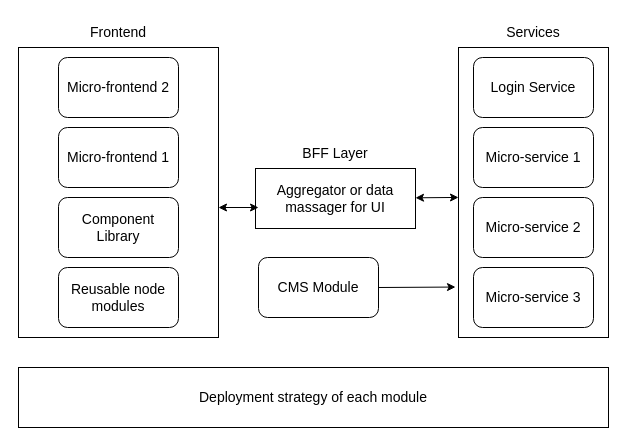
jagatjeevansahoo/jagatjeevansahoo keeps this draw.io diagram as page "tech-architecture" (1 of 2) of Untitled Diagram.drawio. Above is the earlier version. Source tidied: cells renumbered, new cells numbered last; positions are measured from the earlier drawing's top-left corner, leaving out a move shared by most shapes. Both pictures are drawn from the tidied source at 100%, with x=0, y=0 at pixel (18, 17).
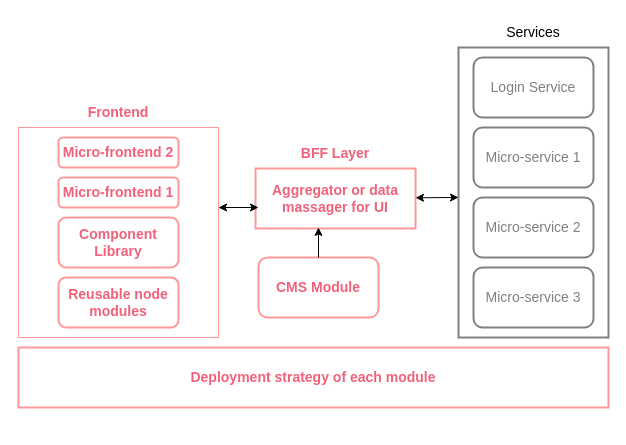
The same diagram, later.

The edit, as a diff of the source:
```diff
@@
-    <mxCell id="2" style="rounded=0;whiteSpace=wrap;html=1;" parent="1" vertex="1">
-      <mxGeometry y="30" width="200" height="290" as="geometry" />
+    <mxCell id="2" style="rounded=0;whiteSpace=wrap;html=1;strokeColor=#FF9999;" parent="1" vertex="1">
+      <mxGeometry y="110" width="200" height="210" as="geometry" />
     </mxCell>
-    <mxCell id="3" value="&lt;font style=&quot;font-size: 14px;&quot;&gt;Frontend&lt;/font&gt;" style="text;html=1;strokeColor=none;fillColor=none;align=center;verticalAlign=middle;whiteSpace=wrap;rounded=0;" parent="1" vertex="1">
-      <mxGeometry x="70" width="60" height="30" as="geometry" />
+    <mxCell id="3" value="&lt;font style=&quot;font-size: 14px;&quot;&gt;Frontend&lt;/font&gt;" style="text;html=1;strokeColor=none;fillColor=none;align=center;verticalAlign=middle;whiteSpace=wrap;rounded=0;fontColor=#F2617A;labelBorderColor=none;strokeWidth=2;fontStyle=1;" parent="1" vertex="1">
+      <mxGeometry x="70" y="80" width="60" height="30" as="geometry" />
     </mxCell>
-    <mxCell id="4" value="Reusable node modules" style="rounded=1;whiteSpace=wrap;html=1;fontSize=14;" parent="1" vertex="1">
-      <mxGeometry x="40" y="250" width="120" height="60" as="geometry" />
+    <mxCell id="4" value="Reusable node modules" style="rounded=1;whiteSpace=wrap;html=1;fontSize=14;strokeColor=#FF9999;fontColor=#F2617A;labelBorderColor=none;strokeWidth=2;fontStyle=1;" parent="1" vertex="1">
+      <mxGeometry x="40" y="260" width="120" height="50" as="geometry" />
     </mxCell>
-    <mxCell id="5" value="Component Library" style="rounded=1;whiteSpace=wrap;html=1;fontSize=14;" parent="1" vertex="1">
-      <mxGeometry x="40" y="180" width="120" height="60" as="geometry" />
+    <mxCell id="5" value="Component Library" style="rounded=1;whiteSpace=wrap;html=1;fontSize=14;strokeColor=#FF9999;fontColor=#F2617A;labelBorderColor=none;strokeWidth=2;fontStyle=1;" parent="1" vertex="1">
+      <mxGeometry x="40" y="200" width="120" height="50" as="geometry" />
     </mxCell>
-    <mxCell id="6" value="Micro-frontend 1" style="rounded=1;whiteSpace=wrap;html=1;fontSize=14;" parent="1" vertex="1">
-      <mxGeometry x="40" y="110" width="120" height="60" as="geometry" />
+    <mxCell id="6" value="Micro-frontend 1" style="rounded=1;whiteSpace=wrap;html=1;fontSize=14;strokeColor=#FF9999;fontColor=#F2617A;labelBorderColor=none;strokeWidth=2;fontStyle=1;" parent="1" vertex="1">
+      <mxGeometry x="40" y="160" width="120" height="30" as="geometry" />
     </mxCell>
-    <mxCell id="7" value="Micro-frontend 2" style="rounded=1;whiteSpace=wrap;html=1;fontSize=14;" parent="1" vertex="1">
-      <mxGeometry x="40" y="40" width="120" height="60" as="geometry" />
+    <mxCell id="7" value="Micro-frontend 2" style="rounded=1;whiteSpace=wrap;html=1;fontSize=14;strokeColor=#FF9999;fontColor=#F2617A;labelBorderColor=none;strokeWidth=2;fontStyle=1;" parent="1" vertex="1">
+      <mxGeometry x="40" y="120" width="120" height="30" as="geometry" />
     </mxCell>
-    <mxCell id="8" value="Aggregator or data massager for UI" style="rounded=0;whiteSpace=wrap;html=1;fontSize=14;" parent="1" vertex="1">
+    <mxCell id="8" value="Aggregator or data massager for UI" style="rounded=0;whiteSpace=wrap;html=1;fontSize=14;strokeColor=#FF9999;fontColor=#F2617A;labelBorderColor=none;strokeWidth=2;fontStyle=1;" parent="1" vertex="1">
       <mxGeometry x="237" y="151" width="160" height="60" as="geometry" />
     </mxCell>
-    <mxCell id="9" value="BFF Layer" style="text;html=1;strokeColor=none;fillColor=none;align=center;verticalAlign=middle;whiteSpace=wrap;rounded=0;fontSize=14;" parent="1" vertex="1">
+    <mxCell id="9" value="BFF Layer" style="text;html=1;strokeColor=none;fillColor=none;align=center;verticalAlign=middle;whiteSpace=wrap;rounded=0;fontSize=14;fontColor=#F2617A;labelBorderColor=none;strokeWidth=2;fontStyle=1;" parent="1" vertex="1">
       <mxGeometry x="277" y="121" width="80" height="30" as="geometry" />
     </mxCell>
-    <mxCell id="10" style="rounded=0;whiteSpace=wrap;html=1;fontSize=14;" parent="1" vertex="1">
+    <mxCell id="10" style="rounded=0;whiteSpace=wrap;html=1;fontSize=14;strokeColor=#808080;strokeWidth=2;fontColor=#808080;" parent="1" vertex="1">
       <mxGeometry x="440" y="30" width="150" height="290" as="geometry" />
     </mxCell>
@@
-    <mxCell id="12" value="Login Service" style="rounded=1;whiteSpace=wrap;html=1;fontSize=14;" parent="1" vertex="1">
+    <mxCell id="12" value="Login Service" style="rounded=1;whiteSpace=wrap;html=1;fontSize=14;strokeColor=#808080;strokeWidth=2;fontColor=#808080;" parent="1" vertex="1">
       <mxGeometry x="455" y="40" width="120" height="60" as="geometry" />
     </mxCell>
-    <mxCell id="13" value="Micro-service 1" style="rounded=1;whiteSpace=wrap;html=1;fontSize=14;" parent="1" vertex="1">
+    <mxCell id="13" value="Micro-service 1" style="rounded=1;whiteSpace=wrap;html=1;fontSize=14;strokeColor=#808080;strokeWidth=2;fontColor=#808080;" parent="1" vertex="1">
       <mxGeometry x="455" y="110" width="120" height="60" as="geometry" />
     </mxCell>
-    <mxCell id="14" value="Micro-service 2" style="rounded=1;whiteSpace=wrap;html=1;fontSize=14;" parent="1" vertex="1">
+    <mxCell id="14" value="Micro-service 2" style="rounded=1;whiteSpace=wrap;html=1;fontSize=14;strokeColor=#808080;strokeWidth=2;fontColor=#808080;" parent="1" vertex="1">
       <mxGeometry x="455" y="180" width="120" height="60" as="geometry" />
     </mxCell>
-    <mxCell id="15" value="Micro-service 3" style="rounded=1;whiteSpace=wrap;html=1;fontSize=14;" parent="1" vertex="1">
+    <mxCell id="15" value="Micro-service 3" style="rounded=1;whiteSpace=wrap;html=1;fontSize=14;strokeColor=#808080;strokeWidth=2;fontColor=#808080;" parent="1" vertex="1">
       <mxGeometry x="455" y="250" width="120" height="60" as="geometry" />
     </mxCell>
-    <mxCell id="16" value="CMS Module" style="rounded=1;whiteSpace=wrap;html=1;fontSize=14;" parent="1" vertex="1">
+    <mxCell id="16" value="CMS Module" style="rounded=1;whiteSpace=wrap;html=1;fontSize=14;strokeColor=#FF9999;fontColor=#F2617A;labelBorderColor=none;strokeWidth=2;fontStyle=1;" parent="1" vertex="1">
       <mxGeometry x="240" y="240" width="120" height="60" as="geometry" />
     </mxCell>
@@
-    <mxCell id="19" style="endArrow=classic;html=1;rounded=0;fontSize=14;exitX=1;exitY=0.5;exitDx=0;exitDy=0;entryX=-0.02;entryY=0.826;entryDx=0;entryDy=0;entryPerimeter=0;" parent="1" edge="1" source="16" target="10">
-      <mxGeometry relative="1" as="geometry" />
+    <mxCell id="19" style="endArrow=classic;html=1;rounded=0;fontSize=14;" parent="1" edge="1" source="16">
+      <mxGeometry relative="1" as="geometry">
+        <mxPoint x="300" y="210" as="targetPoint" />
+      </mxGeometry>
     </mxCell>
-    <mxCell id="20" value="Deployment strategy of each module" style="rounded=0;whiteSpace=wrap;html=1;fontSize=14;" parent="1" vertex="1">
-      <mxGeometry y="350" width="590" height="60" as="geometry" />
+    <mxCell id="20" value="Deployment strategy of each module" style="rounded=0;whiteSpace=wrap;html=1;fontSize=14;strokeColor=#FF9999;fontColor=#F2617A;labelBorderColor=none;strokeWidth=2;fontStyle=1;" parent="1" vertex="1">
+      <mxGeometry y="330" width="590" height="60" as="geometry" />
     </mxCell>
```
